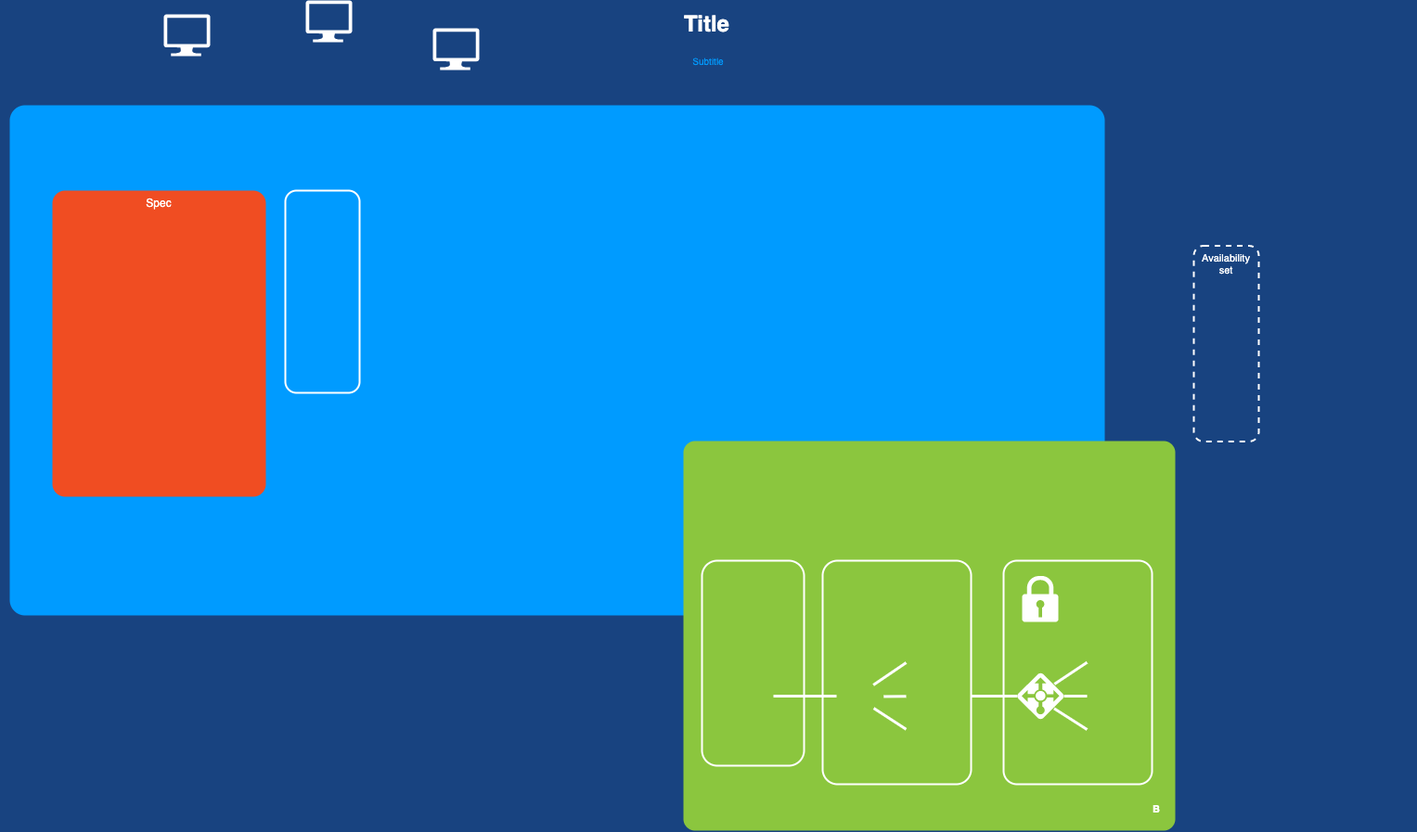
This is spec/schema/Layers.png from Splitet/SplitetFramework, a draw.io export, as it was before one commit. Source tidied: cells renumbered, new cells last; positions are measured from the earlier drawing's top-left corner, leaving out a move shared by most shapes.
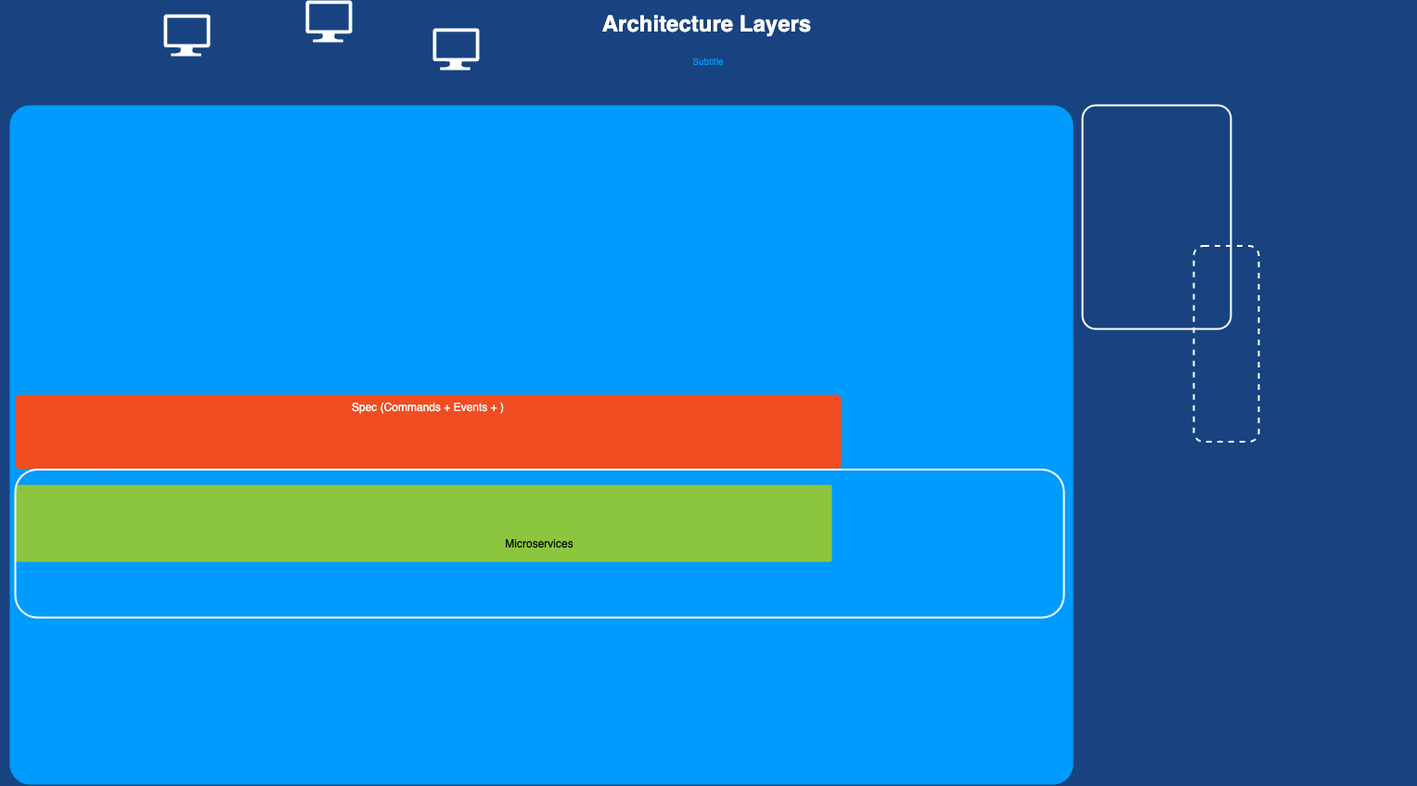
The same diagram one commit later.

The edit, as a diff of the source:
```diff
@@ -3,20 +3,14 @@
     <mxCell id="0" style="html=1;" />
     <mxCell id="1" style="html=1;" parent="0" />
     <mxCell id="2" style="whiteSpace=wrap;html=1;rounded=1;shadow=0;strokeColor=none;strokeWidth=2;fillColor=#009BFF;fontSize=20;fontColor=#FFFFFF;align=center;arcSize=3;verticalAlign=top;spacingTop=4;" parent="1" vertex="1">
-      <mxGeometry x="10" y="113" width="1180" height="550" as="geometry" />
+      <mxGeometry x="10" y="113" width="1146" height="732" as="geometry" />
     </mxCell>
     <mxCell id="3" style="rounded=1;whiteSpace=wrap;html=1;shadow=0;strokeWidth=2;fillColor=#8BC63E;fontSize=12;fontColor=#000000;align=center;strokeColor=none;arcSize=3;" parent="1" vertex="1">
-      <mxGeometry x="736" y="475" width="530" height="420" as="geometry" />
+      <mxGeometry x="16" y="522" width="880" height="83" as="geometry" />
     </mxCell>
-    <mxCell id="4" style="rounded=1;whiteSpace=wrap;html=1;shadow=0;strokeWidth=2;fillColor=none;fontSize=12;fontColor=#000000;align=center;strokeColor=#FFFFFF;arcSize=10;" parent="1" vertex="1">
-      <mxGeometry x="886" y="604" width="160" height="241" as="geometry" />
-    </mxCell>
-    <mxCell id="5" value="Spec" style="rounded=1;whiteSpace=wrap;html=1;shadow=0;strokeWidth=2;fillColor=#F04D22;fontSize=12;fontColor=#FFFFFF;align=center;strokeColor=none;arcSize=6;verticalAlign=top;" parent="1" vertex="1">
-      <mxGeometry x="56" y="205" width="230" height="330" as="geometry" />
+    <mxCell id="5" value="Spec (Commands + Events + )" style="rounded=1;whiteSpace=wrap;html=1;shadow=0;strokeWidth=2;fillColor=#F04D22;fontSize=12;fontColor=#FFFFFF;align=center;strokeColor=none;arcSize=6;verticalAlign=top;" parent="1" vertex="1">
+      <mxGeometry x="16" y="425" width="890" height="80" as="geometry" />
     </mxCell>
-    <mxCell id="6" style="rounded=1;whiteSpace=wrap;html=1;shadow=0;strokeWidth=2;fillColor=none;fontSize=12;fontColor=#000000;align=center;strokeColor=#FFFFFF;" parent="1" vertex="1">
-      <mxGeometry x="756" y="604" width="110" height="221" as="geometry" />
-    </mxCell>
     <mxCell id="7" style="verticalLabelPosition=bottom;html=1;verticalAlign=top;strokeColor=none;fillColor=#FFFFFF;shape=mxgraph.azure.computer;rounded=0;shadow=0;fontSize=12;fontColor=#000000;align=center;" parent="1" vertex="1">
       <mxGeometry x="466" y="30" width="50" height="45" as="geometry" />
     </mxCell>
@@ -26,67 +20,16 @@
     <mxCell id="9" style="verticalLabelPosition=bottom;html=1;verticalAlign=top;strokeColor=none;fillColor=#FFFFFF;shape=mxgraph.azure.computer;rounded=0;shadow=0;fontSize=12;fontColor=#000000;align=center;" parent="1" vertex="1">
       <mxGeometry x="329" width="50" height="45" as="geometry" />
     </mxCell>
-    <mxCell id="10" style="html=1;startArrow=none;startFill=0;startSize=10;endArrow=none;endFill=0;endSize=10;strokeWidth=3;fontSize=11;fontColor=#FFFFFF;strokeColor=#FFFFFF;rounded=0;" parent="1" edge="1">
-      <mxGeometry relative="1" as="geometry">
-        <mxPoint x="833" y="750" as="sourcePoint" />
-        <mxPoint x="901" y="750" as="targetPoint" />
-      </mxGeometry>
-    </mxCell>
-    <mxCell id="11" style="html=1;startArrow=none;startFill=0;startSize=10;endArrow=none;endFill=0;endSize=10;strokeWidth=3;fontSize=11;fontColor=#FFFFFF;entryX=0.793;entryY=0.26;entryPerimeter=0;strokeColor=#FFFFFF;rounded=0;" parent="1" edge="1">
-      <mxGeometry relative="1" as="geometry">
-        <mxPoint x="976" y="714" as="sourcePoint" />
-        <mxPoint x="940.7" y="738" as="targetPoint" />
-      </mxGeometry>
-    </mxCell>
-    <mxCell id="12" style="html=1;entryX=1.016;entryY=0.509;entryPerimeter=0;startArrow=none;startFill=0;startSize=10;endArrow=none;endFill=0;endSize=10;strokeWidth=3;fontSize=11;fontColor=#FFFFFF;strokeColor=#FFFFFF;rounded=0;" parent="1" edge="1">
-      <mxGeometry relative="1" as="geometry">
-        <mxPoint x="976" y="750.2" as="sourcePoint" />
-        <mxPoint x="951.8" y="750.5" as="targetPoint" />
-      </mxGeometry>
-    </mxCell>
-    <mxCell id="13" style="html=1;entryX=0.802;entryY=0.762;entryPerimeter=0;startArrow=none;startFill=0;startSize=10;endArrow=none;endFill=0;endSize=10;strokeWidth=3;fontSize=11;fontColor=#FFFFFF;strokeColor=#FFFFFF;rounded=0;" parent="1" edge="1">
-      <mxGeometry relative="1" as="geometry">
-        <mxPoint x="976" y="785.8" as="sourcePoint" />
-        <mxPoint x="941.1" y="763.1" as="targetPoint" />
-      </mxGeometry>
-    </mxCell>
-    <mxCell id="14" style="rounded=1;whiteSpace=wrap;html=1;shadow=0;strokeWidth=2;fillColor=none;fontSize=12;fontColor=#000000;align=center;strokeColor=#FFFFFF;" parent="1" vertex="1">
-      <mxGeometry x="307" y="205" width="80" height="218" as="geometry" />
+    <mxCell id="14" value="Microservices" style="rounded=1;whiteSpace=wrap;html=1;shadow=0;strokeWidth=2;fillColor=none;fontSize=12;fontColor=#000000;align=center;strokeColor=#FFFFFF;" parent="1" vertex="1">
+      <mxGeometry x="16" y="505.5" width="1130" height="159.5" as="geometry" />
     </mxCell>
     <mxCell id="15" style="rounded=1;whiteSpace=wrap;html=1;shadow=0;strokeWidth=2;fillColor=none;fontSize=12;fontColor=#000000;align=center;strokeColor=#FFFFFF;arcSize=9;" parent="1" vertex="1">
-      <mxGeometry x="1081" y="604" width="160" height="241" as="geometry" />
+      <mxGeometry x="1166" y="113" width="160" height="241" as="geometry" />
     </mxCell>
-    <mxCell id="16" value="&lt;span&gt;Availability set&lt;/span&gt;" style="rounded=1;whiteSpace=wrap;html=1;shadow=0;strokeWidth=2;fillColor=none;fontSize=11;fontColor=#FFFFFF;align=center;strokeColor=#FFFFFF;dashed=1;verticalAlign=top;" parent="1" vertex="1">
+    <mxCell id="16" style="rounded=1;whiteSpace=wrap;html=1;shadow=0;strokeWidth=2;fillColor=none;fontSize=11;fontColor=#FFFFFF;align=center;strokeColor=#FFFFFF;dashed=1;verticalAlign=top;" parent="1" vertex="1">
       <mxGeometry x="1286" y="264.5" width="70" height="211" as="geometry" />
     </mxCell>
-    <mxCell id="17" style="shadow=0;dashed=0;html=1;strokeColor=none;shape=mxgraph.mscae.enterprise.lock;fillColor=#FFFFFF;rounded=0;fontSize=12;fontColor=#000000;align=center;" parent="1" vertex="1">
-      <mxGeometry x="1101" y="620" width="39" height="50" as="geometry" />
-    </mxCell>
-    <mxCell id="18" style="html=1;startArrow=none;startFill=0;startSize=10;endArrow=none;endFill=0;endSize=10;strokeWidth=3;fontSize=11;fontColor=#FFFFFF;strokeColor=#FFFFFF;rounded=0;edgeStyle=elbowEdgeStyle;elbow=vertical;" parent="1" edge="1" source="22" target="4">
-      <mxGeometry relative="1" as="geometry" />
-    </mxCell>
-    <mxCell id="19" style="edgeStyle=orthogonalEdgeStyle;html=1;startArrow=none;startFill=0;startSize=10;endArrow=none;endFill=0;endSize=10;strokeWidth=3;fontSize=11;fontColor=#FFFFFF;strokeColor=#FFFFFF;rounded=0;" parent="1" edge="1" source="22">
-      <mxGeometry relative="1" as="geometry">
-        <mxPoint x="1171" y="750" as="targetPoint" />
-      </mxGeometry>
-    </mxCell>
-    <mxCell id="20" style="html=1;startArrow=none;startFill=0;startSize=10;endArrow=none;endFill=0;endSize=10;strokeWidth=3;fontSize=11;fontColor=#FFFFFF;strokeColor=#FFFFFF;rounded=0;exitX=0.796;exitY=0.241;exitPerimeter=0;" parent="1" edge="1" source="22">
-      <mxGeometry relative="1" as="geometry">
-        <mxPoint x="1171" y="713.6" as="targetPoint" />
-      </mxGeometry>
-    </mxCell>
-    <mxCell id="21" style="html=1;startArrow=none;startFill=0;startSize=10;endArrow=none;endFill=0;endSize=10;strokeWidth=3;fontSize=11;fontColor=#FFFFFF;strokeColor=#FFFFFF;rounded=0;exitX=0.789;exitY=0.767;exitPerimeter=0;" parent="1" edge="1" source="22">
-      <mxGeometry relative="1" as="geometry">
-        <mxPoint x="1171" y="786" as="targetPoint" />
-      </mxGeometry>
-    </mxCell>
-    <mxCell id="22" style="shadow=0;dashed=0;html=1;strokeColor=none;labelPosition=center;verticalLabelPosition=bottom;verticalAlign=top;shape=mxgraph.mscae.cloud.azure_load_balancer_feature;fillColor=#FFFFFF;rounded=1;fontSize=12;fontColor=#000000;align=center;" parent="1" vertex="1">
-      <mxGeometry x="1096" y="725" width="50" height="50" as="geometry" />
-    </mxCell>
-    <mxCell id="23" value="B" style="text;html=1;strokeColor=none;fillColor=none;align=center;verticalAlign=middle;whiteSpace=wrap;rounded=1;shadow=0;fontSize=11;fontColor=#FFFFFF;fontStyle=1;" parent="1" vertex="1">
-      <mxGeometry x="1236" y="862" width="20" height="20" as="geometry" />
-    </mxCell>
-    <mxCell id="24" value="Title" style="text;strokeColor=none;fillColor=none;html=1;fontSize=24;fontStyle=1;verticalAlign=middle;align=center;rounded=0;shadow=0;fontColor=#FFFFFF;" parent="1" vertex="1">
+    <mxCell id="24" value="Architecture Layers" style="text;strokeColor=none;fillColor=none;html=1;fontSize=24;fontStyle=1;verticalAlign=middle;align=center;rounded=0;shadow=0;fontColor=#FFFFFF;" parent="1" vertex="1">
       <mxGeometry x="6" y="5" width="1510" height="40" as="geometry" />
     </mxCell>
     <mxCell id="25" value="Subtitle" style="text;html=1;strokeColor=none;fillColor=none;align=center;verticalAlign=middle;whiteSpace=wrap;rounded=0;shadow=0;fontSize=10;fontColor=#009BFF;" parent="1" vertex="1">
```
